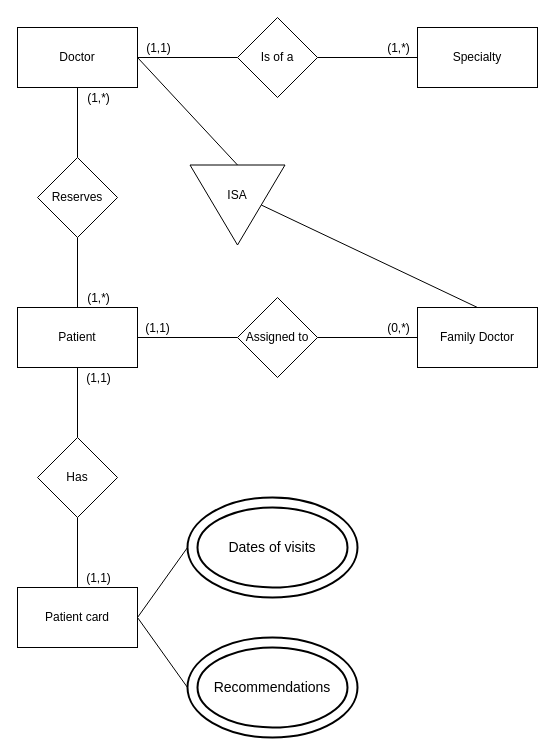
The draw.io diagram Task3/Task3.drawio in devtot0/FundamentalsOfDatabases, before the edit. Source tidied: cells renumbered, new cells numbered last; positions are measured from the earlier drawing's top-left corner, leaving out a move shared by most shapes. Both pictures are drawn from the tidied source at 100%, with x=0, y=0 at pixel (17, 17).
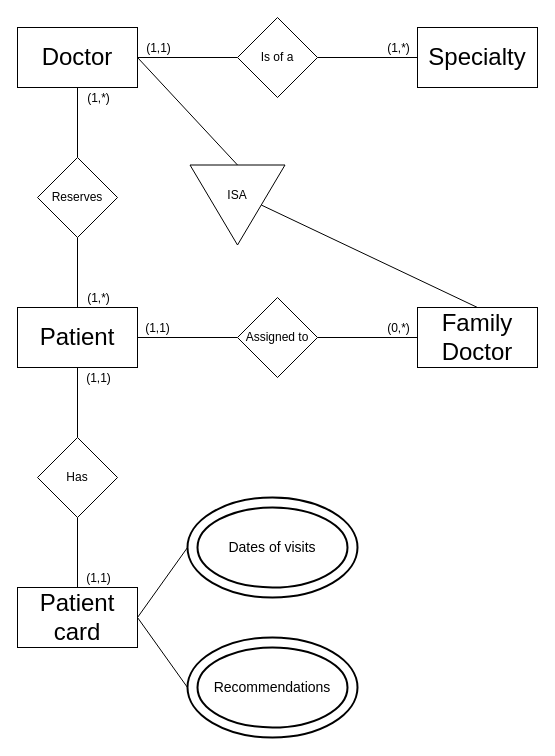
The same diagram, later.

The edit, as a diff of the source:
```diff
@@
-    <mxCell id="6" value="Doctor" style="rounded=0;whiteSpace=wrap;html=1;" parent="1" vertex="1">
+    <mxCell id="6" value="&lt;font style=&quot;font-size: 24px&quot;&gt;Doctor&lt;/font&gt;" style="rounded=0;whiteSpace=wrap;html=1;" parent="1" vertex="1">
       <mxGeometry y="10" width="120" height="60" as="geometry" />
     </mxCell>
@@
-    <mxCell id="10" value="Specialty&lt;br&gt;" style="rounded=0;whiteSpace=wrap;html=1;" parent="1" vertex="1">
+    <mxCell id="10" value="&lt;font style=&quot;font-size: 24px&quot;&gt;Specialty&lt;br&gt;&lt;/font&gt;" style="rounded=0;whiteSpace=wrap;html=1;" parent="1" vertex="1">
       <mxGeometry x="400" y="10" width="120" height="60" as="geometry" />
     </mxCell>
-    <mxCell id="11" value="Family Doctor&lt;br&gt;" style="rounded=0;whiteSpace=wrap;html=1;" parent="1" vertex="1">
+    <mxCell id="11" value="&lt;font style=&quot;font-size: 24px&quot;&gt;Family Doctor&lt;br&gt;&lt;/font&gt;" style="rounded=0;whiteSpace=wrap;html=1;" parent="1" vertex="1">
       <mxGeometry x="400" y="290" width="120" height="60" as="geometry" />
     </mxCell>
@@
-    <mxCell id="14" value="Patient" style="rounded=0;whiteSpace=wrap;html=1;" parent="1" vertex="1">
+    <mxCell id="14" value="&lt;font style=&quot;font-size: 24px&quot;&gt;Patient&lt;/font&gt;" style="rounded=0;whiteSpace=wrap;html=1;" parent="1" vertex="1">
       <mxGeometry y="290" width="120" height="60" as="geometry" />
     </mxCell>
@@
-    <mxCell id="26" value="Patient card" style="rounded=0;whiteSpace=wrap;html=1;" parent="1" vertex="1">
+    <mxCell id="26" value="&lt;font style=&quot;font-size: 24px&quot;&gt;Patient card&lt;/font&gt;" style="rounded=0;whiteSpace=wrap;html=1;" parent="1" vertex="1">
       <mxGeometry y="570" width="120" height="60" as="geometry" />
     </mxCell>
```
